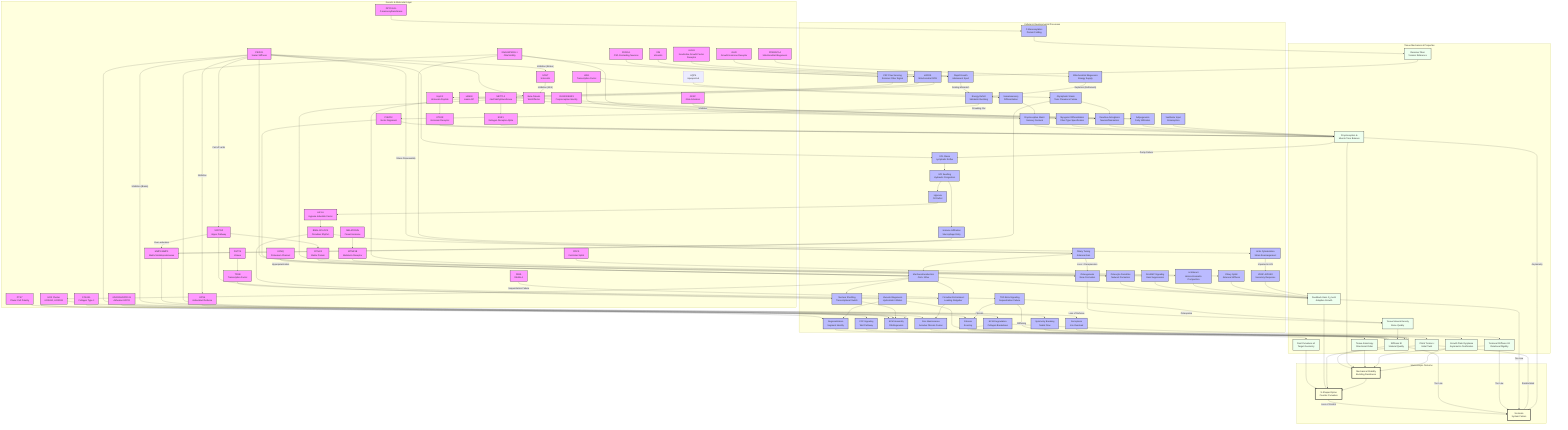
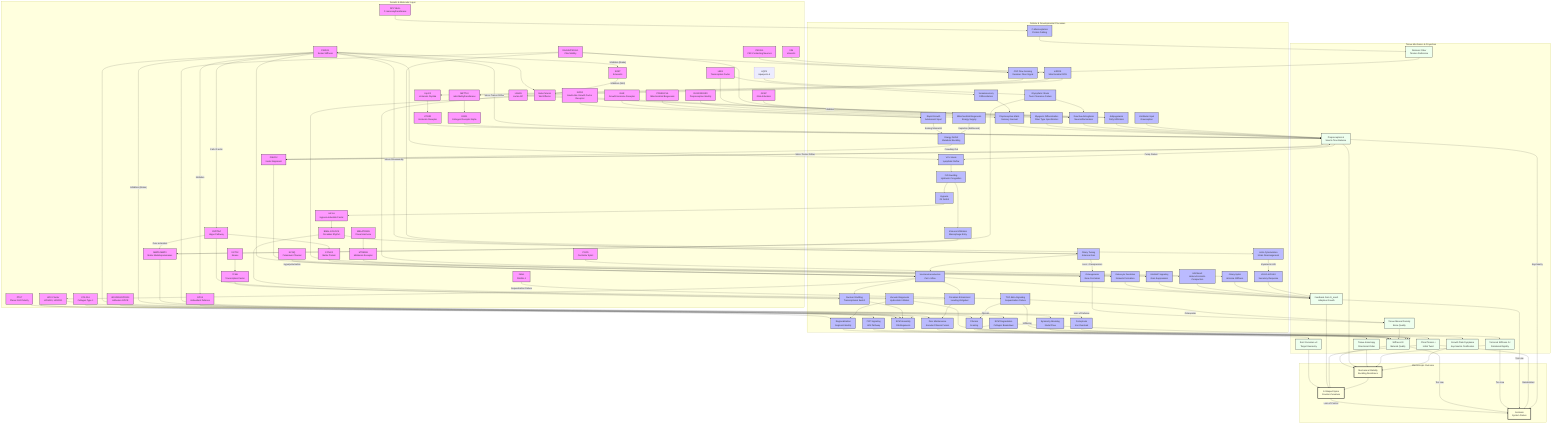
graph TD
    %% Subgraphs for Organization
    subgraph Genetics [Genetic & Molecular Layer]
        HOX[HOX Cluster<br/>HOXA10, HOXD11]
        COL[COL2A1<br/>Collagen Type II]
        PIEZO1[PIEZO1<br/>Scalar Stiffness]
        PIEZO2[PIEZO2<br/>Vector Alignment]
        CILIA[DNAH5/PKD1L1<br/>Cilia Motility]
        LBX1[LBX1<br/>Transcription Factor]
        ADGRG6[ADGRG6/GPR126<br/>Adhesion GPCR]
        PTK7[PTK7<br/>Planar Cell Polarity]
        YAP[YAP/TAZ<br/>Hippo Pathway]
        PKD2L1[PKD2L1<br/>CSF-Contacting Neurons]
        MMP[MMP1/MMP3<br/>Matrix Metalloproteinases]
        URP[Urp1/2<br/>Urotensin Peptide]
        UTS2R[UTS2R<br/>Urotensin Receptor]
        GFAP[GFAP<br/>Glial Activation]
        VIM[VIM<br/>Vimentin]
        LAMIN[LAMIN<br/>Lamin A/C]
        BMAL1[BMAL1/CLOCK<br/>Circadian Rhythm]
        RUNX3[RUNX3/EGR3<br/>Proprioceptive Identity]
        METTL3[METTL3<br/>m6A Methyltransferase]
        ESR1[ESR1<br/>Estrogen Receptor Alpha]
        AQP4[AQP4<br/>Aquaporin-4]
        MELATONIN[MELATONIN<br/>Pineal Hormone]
        MT2[MTNR1B<br/>Melatonin Receptor]
        HIF1A[HIF1A<br/>Hypoxia Inducible Factor]
        POC5[POC5<br/>Centriolar Splint]
        DSTYK[DSTYK<br/>Kinase]
        TFEB[TFEB<br/>Transcription Factor]
        Beta_Catenin[Beta-Catenin<br/>Wnt Effector]
        DPY19L1L[DPY19L1L<br/>C-mannosyltransferase]
        IGF1R[IGF1R<br/>Insulin-like Growth Factor Receptor]
        GHR[GHR<br/>Growth Hormone Receptor]
        SOST[SOST<br/>Sclerostin]
        FBN1[FBN1<br/>Fibrillin-1]
        CCN[CCN1/2<br/>Matrix Protein]
        PPARGC1A[PPARGC1A<br/>Mitochondrial Biogenesis]
        KCNQ[KCNQ<br/>Potassium Channel]
        GPX4[GPX4<br/>Antioxidant Defense]
    end

    subgraph Processes [Cellular & Developmental Processes]
        Astrogliosis[Reactive Astrogliosis<br/>Neuroinflammation]
        Region[Regionalization<br/>Segment Identity]
        ECM_Assembly[ECM Assembly<br/>Fibrillogenesis]
        Nucl_Shuttle[Nuclear Shuttling<br/>Transcriptional Switch]
        Mech_Trans[Mechanotransduction<br/>Ca2+ Influx]
        Sym_Break[Symmetry Breaking<br/>Nodal Flow]
        CSF_Sensing[CSF Flow Sensing<br/>Reissner Fiber Signal]
        Neur_Diff[Somatosensory<br/>Differentiation]
        Muscle_Diff[Myogenic Differentiation<br/>Fiber Type Specification]
        Disc_Maint[Disc Maintenance<br/>Annulus Fibrosis Fusion]
        PCP_Sig[PCP Signaling<br/>Wnt Pathway]
        Degradation[ECM Degradation<br/>Collagen Breakdown]
        mtROS[mtROS<br/>Mitochondrial ROS]
        Adipogenesis[Adipogenesis<br/>Fatty Infiltration]
        Hydraulic_Congestion[IVD Swelling<br/>Hydraulic Congestion]
        Immune_Infilt[Immune Infiltration<br/>Macrophage Entry]
        Circadian_Entrain[Circadian Entrainment<br/>Loading Zeitgeber]
        Proprio_Maint[Proprioceptive Maint.<br/>Sensory Survival]
        H3K9me3[H3K9me3<br/>Heterochromatin Compaction]
        VCL_Stasis[VCL Stasis<br/>Lymphatic Reflux]
        Glymphatic_Stasis[Glymphatic Stasis<br/>Toxic Clearance Failure]
        Vestibular_Input[Vestibular Input<br/>Graviception]
        Gi_cAMP[Gi/cAMP Signaling<br/>Gain Suppression]
        Ciliary_Tuning[Ciliary Tuning<br/>Antenna Gain]
        Hypoxia[Hypoxia<br/>O2 Deficit]
        Osteogenesis[Osteogenesis<br/>Bone Formation]
        Ciliary_Splint[Ciliary Splint<br/>Antenna Stiffness]
        Vacuole_Biogenesis[Vacuole Biogenesis<br/>Hydrostatic Inflation]
        C_Mannosylation[C-Mannosylation<br/>Protein Folding]
        Rapid_Growth[Rapid Growth<br/>Adolescent Spurt]
        Energy_Deficit[Energy Deficit<br/>Metabolic Buckling]
        mtBiogenesis[Mitochondrial Biogenesis<br/>Energy Supply]
        Fibrosis[Fibrosis<br/>Scarring]
        TGFB[TGF-Beta Signaling<br/>Sequestration Failure]
        Osteocyte_Dendrite[Osteocyte Dendrites<br/>Network Formation]
        Actin_Dynamics[Actin Cytoskeleton<br/>Strain Rearrangement]
        VEGF_A[VEGF-A/PGE2<br/>Secretory Response]
        Ferroptosis[Ferroptosis<br/>Iron Overload]
    end

    subgraph Tissue [Tissue Mechanics & Properties]
        Rest_Kappa[Rest Curvature κ0<br/>Target Geometry]
        Stiffness[Stiffness EI<br/>Material Quality]
        Torsional_Stiffness[Torsional Stiffness GJ<br/>Rotational Rigidity]
        Gain[Feedback Gain G_mech<br/>Adaptive Growth]
        Torsion[Chiral Torsion ε<br/>Initial Twist]
        Muscle_Tone[Proprioception &<br/>Muscle Tone Balance]
        Anisotropy[Tissue Anisotropy<br/>Directional Order]
        TMD[Tissue Mineral Density<br/>Bone Quality]
        Reissner_Fiber[Reissner Fiber<br/>Tension Reference]
        Growth_Plate_Dysplasia[Growth Plate Dysplasia<br/>Asymmetric Ossification]
    end

    subgraph Outcome [Macroscopic Outcome]
        S_Curve[S-Shaped Spine<br/>Counter-Curvature]
        Stability[Mechanical Stability<br/>Buckling Resistance]
        Scoliosis[Scoliosis<br/>System Failure]
    end

    %% Connections
    HOX --> Region
    Region --> Rest_Kappa
    Rest_Kappa --> S_Curve

    COL --> ECM_Assembly
    ECM_Assembly --> Stiffness
    Stiffness --> Stability

    PIEZO1 --> Mech_Trans
    PIEZO2 --> Mech_Trans
    Mech_Trans --> Gain
    Gain --> S_Curve

    %% NEW ARC: Piezo Duality (Vector-Scalar Mismatch)
    PIEZO1 --> ECM_Assembly
    PIEZO2 --> Muscle_Tone

    CILIA --> Sym_Break
    Sym_Break --> Torsion
    Torsion --> S_Curve

    LBX1 --> Neur_Diff
    LBX1 --> Muscle_Diff
    Neur_Diff --> Proprio_Maint
    Proprio_Maint --> Muscle_Tone
    Muscle_Diff --> Muscle_Tone
    Muscle_Tone --> Stability

    %% NEW ARC: Proprioceptive Maintenance
    RUNX3 --> Proprio_Maint

    %% NEW ARC: ADGRG6
    ADGRG6 --> Disc_Maint
    Disc_Maint --> Stiffness

    %% NEW ARC: PTK7
    PTK7 --> PCP_Sig
    PCP_Sig --> Anisotropy
    Anisotropy --> Stability

    %% NEW ARC: YAP/TAZ
    YAP --> Nucl_Shuttle
    Nucl_Shuttle --> ECM_Assembly
    Mech_Trans --> Nucl_Shuttle

    %% NEW ARC: Osteocyte Dendrite Cost Mechanism (Hu et al. 2025)
    YAP --> CCN
    CCN --> Osteocyte_Dendrite
    Osteocyte_Dendrite --> Gain

    %% NEW ARC: CSF/Reissner Fiber
    CILIA --> CSF_Sensing
    PKD2L1 --> CSF_Sensing
    CSF_Sensing --> URP
    URP --> UTS2R
    UTS2R --> Muscle_Tone

    %% NEW ARC: MMP Degradation
    MMP --> Degradation
    Degradation --> Stiffness

    %% NEW ARC: Neuro-Inflammatory Pathway
    CILIA --> Astrogliosis
    GFAP --> Astrogliosis
    Astrogliosis --> Muscle_Tone

    %% NEW ARC: Vimentin Metabolic Switch
    VIM --> mtROS
    mtROS --> LAMIN
    LAMIN --> Adipogenesis
    Adipogenesis --> Muscle_Tone

    %% NEW ARC: Inflamed Torsion
    Hydraulic_Congestion --> Immune_Infilt
    Immune_Infilt --> MMP
    Degradation --> Torsional_Stiffness
    Torsional_Stiffness --> Stability

    %% NEW ARC: Glymphatic Stasis
    AQP4 --> Glymphatic_Stasis
    Glymphatic_Stasis --> Astrogliosis

    %% NEW ARC: Glymphatic-MMP Axis (Chen et al., 2025)
    Glymphatic_Stasis --> MMP

    %% NEW ARC: Melatonin Gain Control
    MELATONIN --> MT2
    MT2 --> Gi_cAMP
    Gi_cAMP --> Gain

    %% NEW ARC: Vestibular Asymmetry
    Vestibular_Input --> Muscle_Tone

    %% Cross-Talk and Failures
    Stability --> S_Curve
    S_Curve -- "Loss of Control" --> Scoliosis
    Stiffness -- "Too Low" --> Scoliosis
    Torsional_Stiffness -- "Too Low" --> Scoliosis
    Gain -- "Too Low" --> Scoliosis
    Torsion -- "Randomized" --> Scoliosis
    Muscle_Tone -- "Asymmetry" --> Scoliosis

    %% Styling
    classDef gene fill:#f9f,stroke:#333,stroke-width:2px;
    classDef process fill:#bbf,stroke:#333,stroke-width:2px;
    classDef tissue fill:#efe,stroke:#333,stroke-width:2px;
    classDef outcome fill:#ffd,stroke:#333,stroke-width:4px;

    %% NEW ARC: Spinal Jetlag
    BMAL1 --> Circadian_Entrain
    Mech_Trans --> Circadian_Entrain
    Circadian_Entrain --> Disc_Maint

    %% NEW ARC: Tunable Antenna (Miyoshi et al., 2024)
    BMAL1 --> Ciliary_Tuning
    Ciliary_Tuning --> Mech_Trans

    %% NEW ARC: Epigenetic Asymmetry
    mtROS --> METTL3
    METTL3 --> ESR1
    ESR1 --> Muscle_Tone

    %% NEW ARC: Nuclear Stiffness (Scalar Senescence)
    LAMIN --> H3K9me3
    H3K9me3 --> Gain

    %% NEW ARC: Lymphatic Drainage Pathway (VCL)
    Muscle_Tone -- "Pump Failure" --> VCL_Stasis
    VCL_Stasis --> Hydraulic_Congestion

    %% NEW ARC: Hypoxic Clock Block (HIF1A)
    Hydraulic_Congestion --> Hypoxia
    Hypoxia --> HIF1A
    HIF1A --> BMAL1

    %% NEW ARC: Tension-Dependent Identity (HOX)
    Mech_Trans --> HOX
    HOX --> ECM_Assembly

    %% NEW ARC: Bone Mineralization (Ramli et al., 2024)
    %% PIEZO1 --> Osteogenesis (Replaced by BMSC Switch below)
    Osteogenesis --> TMD
    TMD --> Stiffness

    %% NEW ARC: BMSC Fate Switch (Li et al., 2023)
    PIEZO1 --> Beta_Catenin
    Beta_Catenin --> Osteogenesis
    Beta_Catenin -- "Inhibition" --> Adipogenesis

    %% NEW ARC: Centriolar Splint (POC5)
    POC5 --> Ciliary_Splint
    Ciliary_Splint --> Gain

    %% NEW ARC: Hydrostatic Skeleton (DSTYK/TFEB)
    DSTYK --> TFEB
    TFEB --> Vacuole_Biogenesis
    Vacuole_Biogenesis --> Stiffness
    Vacuole_Biogenesis --> Region

    %% NEW ARC: Piezo-Cilia Stress Lock (Chen et al., 2025)
    PIEZO1 -- "Stress Disassembly" --> Ciliary_Tuning
    Ciliary_Tuning -- "Loss = Derepression" --> Osteogenesis

    %% NEW ARC: Sweet String Pathway (DPY19L1L)
    DPY19L1L --> C_Mannosylation
    C_Mannosylation --> Reissner_Fiber
    Reissner_Fiber --> CSF_Sensing

    %% NEW ARC: Metabolic Buckling Pathway
    IGF1R --> Rapid_Growth
    GHR --> Rapid_Growth
    Rapid_Growth -- "Scaling Mismatch" --> Energy_Deficit
    Energy_Deficit -- "Crowding Out" --> PIEZO2
    PPARGC1A --> mtBiogenesis
    mtBiogenesis -- "Depletion (Bottleneck)" --> Energy_Deficit

    %% NEW ARC: Piezo-Lymphatic Baroreflex
    PIEZO1 --> VCL_Stasis

    %% NEW ARC: Piezo-Fibrosis Brake (Rashidi et al., 2025)
    PIEZO1 -- "Inhibition (Brake)" --> Fibrosis
    Fibrosis --> Stiffness

    %% NEW ARC: Sclerostin Brake (Vasiliadis 2021)
    PIEZO1 -- "Inhibition (Brake)" --> SOST
    SOST -- "Inhibition (Wnt)" --> Beta_Catenin

    %% NEW ARC: PIEZO1-YAP Disc Degeneration Axis (Peng et al., 2025)
    PIEZO1 -- "Ca2+/F-actin" --> YAP
    YAP -- "Over-activation" --> MMP

    %% NEW ARC: Fibrillin-TGFB Tether (Marfanoid Mechanism)
    FBN1 -- "Sequestration Failure" --> TGFB
    TGFB -- "Osteopenia" --> TMD
    TGFB -- "Fibrosis" --> Fibrosis
    TGFB -- "Stiffening" --> Stiffness

    %% NEW ARC: Osteoblast Mechanotransduction Defect (Oliazadeh et al., 2022)
    CILIA --> Actin_Dynamics
    Actin_Dynamics -- "Impaired in AIS" --> VEGF_A
    VEGF_A --> Gain

    %% NEW ARC: Voltage Gain (Sánchez-Carranza et al., 2024)
    KCNQ -- "Hyperpolarization" --> Mech_Trans

    %% NEW ARC: PIEZO1-GPX4 Ferroptosis Axis (Chen et al., 2025)
    PIEZO1 -- "Inhibition" --> GPX4
    GPX4 -- "Loss of Defense" --> Ferroptosis
    Ferroptosis --> Growth_Plate_Dysplasia
    Growth_Plate_Dysplasia --> Stability

+     %% NEW ARC: Stochastic Resonance Mechanosensing
+     Muscle_Tone -- "Micro-Tremor Dither" --> PIEZO1
+     Muscle_Tone -- "Micro-Tremor Dither" --> PIEZO2
+ 
    class HOX,COL,PIEZO1,PIEZO2,CILIA,LBX1,ADGRG6,PTK7,YAP,PKD2L1,MMP,URP,UTS2R,GFAP,VIM,LAMIN,BMAL1,RUNX3,METTL3,ESR1,MELATONIN,MT2,HIF1A,POC5,DSTYK,TFEB,Beta_Catenin,DPY19L1L,IGF1R,GHR,SOST,FBN1,CCN,PPARGC1A,KCNQ,GPX4 gene;
    class Region,ECM_Assembly,Mech_Trans,Sym_Break,Neur_Diff,Muscle_Diff,Disc_Maint,PCP_Sig,Nucl_Shuttle,CSF_Sensing,Degradation,Astrogliosis,mtROS,Adipogenesis,Hydraulic_Congestion,Immune_Infilt,Circadian_Entrain,Proprio_Maint,H3K9me3,VCL_Stasis,Glymphatic_Stasis,Vestibular_Input,Gi_cAMP,Ciliary_Tuning,Hypoxia,Osteogenesis,Ciliary_Splint,Vacuole_Biogenesis,C_Mannosylation,Rapid_Growth,Energy_Deficit,mtBiogenesis,Fibrosis,TGFB,Osteocyte_Dendrite,Actin_Dynamics,VEGF_A,Ferroptosis process;
    class Rest_Kappa,Stiffness,Torsional_Stiffness,Gain,Torsion,Muscle_Tone,Anisotropy,TMD,Reissner_Fiber,Growth_Plate_Dysplasia tissue;
    class S_Curve,Stability,Scoliosis outcome;
